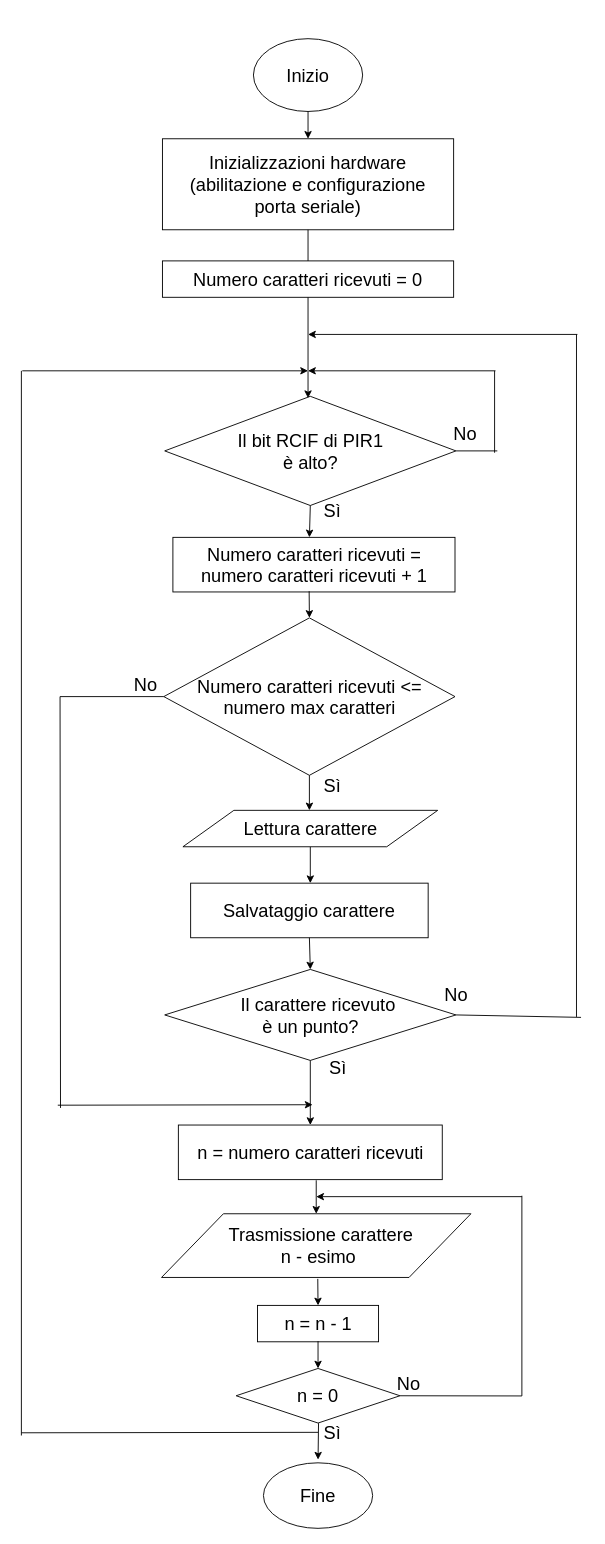
Above: Diagramma di flusso.drawio in MatteoOrlandini/Electronic-Systems-Exam (draw.io), before the change. Source tidied: cells renumbered, new cells numbered last; positions are measured from the earlier drawing's top-left corner, leaving out a move shared by most shapes. Both pictures are drawn from the tidied source at 91%, with x=0, y=0 at pixel (21, 38).
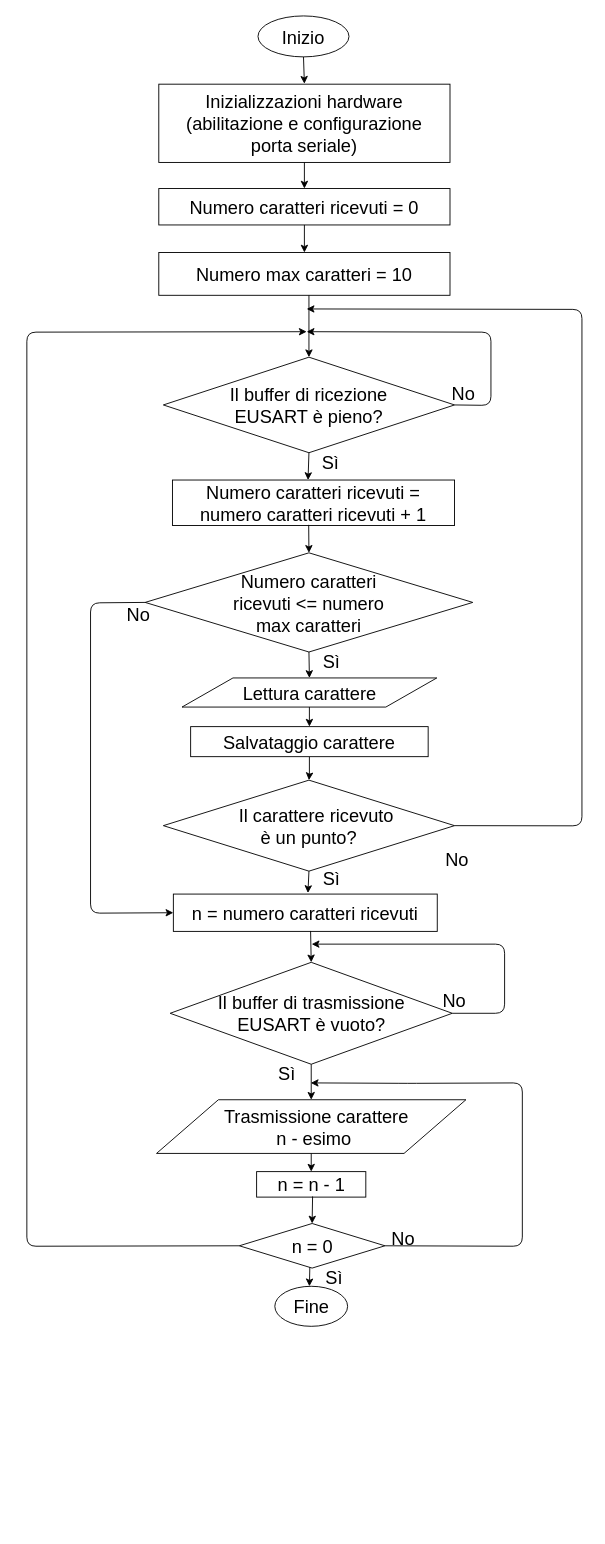
Above is the later version.

The edit, as a diff of the source:
```diff
@@
     <mxCell id="2" value="Inizio" style="ellipse;whiteSpace=wrap;html=1;fontSize=20;" parent="1" vertex="1">
-      <mxGeometry x="255" width="120" height="80" as="geometry" />
+      <mxGeometry x="260" y="-25" width="100" height="45" as="geometry" />
     </mxCell>
     <mxCell id="3" style="endArrow=classic;html=1;fontSize=20;exitX=0.5;exitY=1;exitDx=0;exitDy=0;" parent="1" edge="1" source="2">
       <mxGeometry relative="1" as="geometry">
-        <mxPoint x="315" y="110" as="targetPoint" />
+        <mxPoint x="311" y="49.5" as="targetPoint" />
       </mxGeometry>
     </mxCell>
     <mxCell id="4" value="&lt;div&gt;Inizializzazioni hardware (abilitazione e configurazione &lt;br&gt;&lt;/div&gt;&lt;div&gt;porta seriale)&lt;/div&gt;" style="rounded=0;whiteSpace=wrap;html=1;fontSize=20;" parent="1" vertex="1">
-      <mxGeometry x="155" y="110" width="320" height="100" as="geometry" />
+      <mxGeometry x="151" y="50" width="320" height="86" as="geometry" />
     </mxCell>
-    <mxCell id="5" value="&lt;div&gt;Il bit RCIF di PIR1 &lt;br&gt;&lt;/div&gt;&lt;div&gt;è alto?&lt;br&gt;&lt;/div&gt;" style="rhombus;whiteSpace=wrap;html=1;fontSize=20;" parent="1" vertex="1">
-      <mxGeometry x="157.5" y="393" width="320" height="120" as="geometry" />
+    <mxCell id="5" value="&lt;div&gt;Il buffer di ricezione&lt;/div&gt;&lt;div&gt;EUSART è pieno?&lt;br&gt;&lt;/div&gt;" style="rhombus;whiteSpace=wrap;html=1;fontSize=20;" parent="1" vertex="1">
+      <mxGeometry x="156" y="350" width="320" height="105" as="geometry" />
     </mxCell>
-    <mxCell id="6" style="endArrow=none;html=1;fontSize=20;exitX=1;exitY=0.5;exitDx=0;exitDy=0;" parent="1" edge="1" source="5">
-      <mxGeometry relative="1" as="geometry">
-        <mxPoint x="523" y="453" as="targetPoint" />
-      </mxGeometry>
-    </mxCell>
-    <mxCell id="7" style="endArrow=none;html=1;fontSize=20;" parent="1" edge="1">
-      <mxGeometry relative="1" as="geometry">
-        <mxPoint x="520" y="365" as="sourcePoint" />
-        <mxPoint x="520" y="455" as="targetPoint" />
-      </mxGeometry>
-    </mxCell>
-    <mxCell id="8" style="endArrow=classic;html=1;fontSize=20;" parent="1" edge="1">
+    <mxCell id="8" style="endArrow=classic;html=1;fontSize=20;exitX=1;exitY=0.5;exitDx=0;exitDy=0;" parent="1" edge="1" source="5">
       <mxGeometry relative="1" as="geometry">
-        <mxPoint x="521" y="365" as="sourcePoint" />
-        <mxPoint x="315" y="365" as="targetPoint" />
+        <mxPoint x="313.5" y="322" as="targetPoint" />
+        <Array as="points">
+          <mxPoint x="516" y="403" />
+          <mxPoint x="516" y="322.5" />
+        </Array>
       </mxGeometry>
     </mxCell>
     <mxCell id="9" value="No" style="text;html=1;strokeColor=none;fillColor=none;align=center;verticalAlign=middle;whiteSpace=wrap;rounded=0;fontSize=20;" parent="1" vertex="1">
-      <mxGeometry x="467.5" y="423" width="40" height="20" as="geometry" />
+      <mxGeometry x="466" y="380" width="40" height="20" as="geometry" />
     </mxCell>
-    <mxCell id="10" style="endArrow=classic;html=1;fontSize=20;exitX=0.5;exitY=1;exitDx=0;exitDy=0;" parent="1" edge="1" source="12">
-      <mxGeometry relative="1" as="geometry">
-        <mxPoint x="317.5" y="928" as="targetPoint" />
-      </mxGeometry>
+    <mxCell id="10" style="endArrow=classic;html=1;fontSize=20;exitX=0.5;exitY=1;exitDx=0;exitDy=0;entryX=0.5;entryY=0;entryDx=0;entryDy=0;" parent="1" edge="1" source="12" target="20">
+      <mxGeometry relative="1" as="geometry" />
     </mxCell>
     <mxCell id="11" value="Sì" style="text;html=1;strokeColor=none;fillColor=none;align=center;verticalAlign=middle;whiteSpace=wrap;rounded=0;fontSize=20;" parent="1" vertex="1">
-      <mxGeometry x="321.5" y="508" width="40" height="20" as="geometry" />
+      <mxGeometry x="320" y="455" width="40" height="20" as="geometry" />
     </mxCell>
     <mxCell id="12" value="&lt;font style=&quot;font-size: 20px&quot;&gt;Lettura carattere&lt;/font&gt;" style="shape=parallelogram;perimeter=parallelogramPerimeter;whiteSpace=wrap;html=1;" parent="1" vertex="1">
-      <mxGeometry x="177.5" y="848" width="280" height="40" as="geometry" />
+      <mxGeometry x="176.5" y="702.5" width="280" height="32" as="geometry" />
     </mxCell>
     <mxCell id="13" value="&lt;div&gt;&amp;nbsp;&amp;nbsp; Il carattere ricevuto &lt;br&gt;&lt;/div&gt;&lt;div&gt;è un punto?&lt;/div&gt;" style="rhombus;whiteSpace=wrap;html=1;fontSize=20;" parent="1" vertex="1">
-      <mxGeometry x="157.5" y="1022.8" width="320" height="100" as="geometry" />
+      <mxGeometry x="156" y="814.8" width="320" height="100" as="geometry" />
     </mxCell>
-    <mxCell id="14" style="endArrow=classic;html=1;exitX=0.5;exitY=1;exitDx=0;exitDy=0;entryX=0.5;entryY=0;entryDx=0;entryDy=0;" parent="1" edge="1" source="13" target="30">
+    <mxCell id="14" style="endArrow=classic;html=1;exitX=0.5;exitY=1;exitDx=0;exitDy=0;entryX=0.51;entryY=-0.029;entryDx=0;entryDy=0;entryPerimeter=0;" parent="1" edge="1" source="13" target="30">
       <mxGeometry relative="1" as="geometry" />
     </mxCell>
     <mxCell id="15" value="&lt;font style=&quot;font-size: 20px&quot;&gt;Sì&lt;/font&gt;" style="text;html=1;strokeColor=none;fillColor=none;align=center;verticalAlign=middle;whiteSpace=wrap;rounded=0;" parent="1" vertex="1">
-      <mxGeometry x="327.5" y="1120.3" width="40" height="20" as="geometry" />
+      <mxGeometry x="321" y="912.3" width="40" height="20" as="geometry" />
     </mxCell>
-    <mxCell id="16" style="endArrow=none;html=1;exitX=1;exitY=0.5;exitDx=0;exitDy=0;" parent="1" edge="1" source="13">
-      <mxGeometry relative="1" as="geometry">
-        <mxPoint x="615" y="1075.5" as="targetPoint" />
-      </mxGeometry>
-    </mxCell>
     <mxCell id="17" value="No" style="text;html=1;strokeColor=none;fillColor=none;align=center;verticalAlign=middle;whiteSpace=wrap;rounded=0;fontSize=20;" parent="1" vertex="1">
-      <mxGeometry x="457.5" y="1040.3" width="40" height="20" as="geometry" />
+      <mxGeometry x="458.5" y="892.3" width="40" height="20" as="geometry" />
     </mxCell>
     <mxCell id="18" value="&lt;div&gt;&amp;nbsp; Trasmissione carattere&lt;br&gt;&lt;/div&gt;&amp;nbsp;n - esimo" style="shape=parallelogram;perimeter=parallelogramPerimeter;whiteSpace=wrap;html=1;fontSize=20;size=0.2;" parent="1" vertex="1">
-      <mxGeometry x="154" y="1291.3" width="340" height="70" as="geometry" />
+      <mxGeometry x="148.5" y="1166" width="340" height="59" as="geometry" />
     </mxCell>
-    <mxCell id="19" style="endArrow=classic;html=1;fontSize=20;exitX=0.5;exitY=1;exitDx=0;exitDy=0;" parent="1" edge="1" source="4">
-      <mxGeometry relative="1" as="geometry">
-        <mxPoint x="315" y="395" as="targetPoint" />
-      </mxGeometry>
-    </mxCell>
+    <mxCell id="36" style="edgeStyle=orthogonalEdgeStyle;rounded=0;jettySize=auto;html=1;" parent="1" edge="1" source="20" target="13">
+      <mxGeometry relative="1" as="geometry" />
+    </mxCell>
     <mxCell id="20" value="Salvataggio carattere" style="rounded=0;whiteSpace=wrap;html=1;fontSize=20;" parent="1" vertex="1">
-      <mxGeometry x="186" y="928" width="261" height="60" as="geometry" />
+      <mxGeometry x="186" y="756" width="261" height="33" as="geometry" />
     </mxCell>
     <mxCell id="21" value="Fine" style="ellipse;whiteSpace=wrap;html=1;fontSize=20;" parent="1" vertex="1">
-      <mxGeometry x="266" y="1565" width="120" height="72" as="geometry" />
+      <mxGeometry x="278.5" y="1371" width="80" height="44" as="geometry" />
     </mxCell>
-    <mxCell id="22" style="endArrow=classic;html=1;exitX=0.503;exitY=1.002;exitDx=0;exitDy=0;exitPerimeter=0;entryX=0.5;entryY=0;entryDx=0;entryDy=0;" parent="1" edge="1" source="31">
+    <mxCell id="22" style="endArrow=classic;html=1;exitX=0.503;exitY=1.002;exitDx=0;exitDy=0;exitPerimeter=0;" parent="1" edge="1">
       <mxGeometry relative="1" as="geometry">
-        <mxPoint x="326" y="1561.5" as="targetPoint" />
+        <mxPoint x="317" y="1348.4" as="sourcePoint" />
+        <mxPoint x="316.5" y="1371" as="targetPoint" />
       </mxGeometry>
     </mxCell>
     <mxCell id="23" style="endArrow=classic;html=1;fontSize=20;exitX=0.5;exitY=1;exitDx=0;exitDy=0;" parent="1" edge="1" source="5">
       <mxGeometry relative="1" as="geometry">
-        <mxPoint x="316.5" y="548" as="targetPoint" />
+        <mxPoint x="315" y="485" as="targetPoint" />
       </mxGeometry>
     </mxCell>
     <mxCell id="24" value="Numero caratteri ricevuti = 0" style="rounded=0;whiteSpace=wrap;html=1;fontSize=20;" parent="1" vertex="1">
-      <mxGeometry x="155" y="244.2" width="320" height="40" as="geometry" />
+      <mxGeometry x="151" y="164.7" width="320" height="40" as="geometry" />
     </mxCell>
     <mxCell id="25" value="Numero caratteri ricevuti = numero caratteri ricevuti + 1" style="rounded=0;whiteSpace=wrap;html=1;fontSize=20;" parent="1" vertex="1">
-      <mxGeometry x="166.5" y="548" width="310" height="60" as="geometry" />
+      <mxGeometry x="166" y="485" width="310" height="50" as="geometry" />
     </mxCell>
-    <mxCell id="26" value="Numero caratteri ricevuti &amp;lt;= numero max caratteri" style="rhombus;whiteSpace=wrap;html=1;fontSize=20;" parent="1" vertex="1">
-      <mxGeometry x="156.5" y="636.5" width="320" height="173" as="geometry" />
+    <mxCell id="26" value="&lt;div&gt;Numero caratteri &lt;br&gt;&lt;/div&gt;&lt;div&gt;ricevuti &amp;lt;= numero &lt;br&gt;&lt;/div&gt;&lt;div&gt;max caratteri&lt;/div&gt;" style="rhombus;whiteSpace=wrap;html=1;fontSize=20;" parent="1" vertex="1">
+      <mxGeometry x="136" y="565" width="360" height="109" as="geometry" />
     </mxCell>
@@
-    <mxCell id="28" style="endArrow=classic;html=1;fontSize=20;exitX=0.5;exitY=1;exitDx=0;exitDy=0;" parent="1" edge="1" source="26">
-      <mxGeometry relative="1" as="geometry">
-        <mxPoint x="316.5" y="848" as="targetPoint" />
-      </mxGeometry>
-    </mxCell>
     <mxCell id="29" value="Sì" style="text;html=1;strokeColor=none;fillColor=none;align=center;verticalAlign=middle;whiteSpace=wrap;rounded=0;fontSize=20;" parent="1" vertex="1">
-      <mxGeometry x="321.5" y="809.5" width="40" height="20" as="geometry" />
+      <mxGeometry x="320.5" y="674" width="40" height="20" as="geometry" />
     </mxCell>
     <mxCell id="30" value="n = numero caratteri ricevuti" style="rounded=0;whiteSpace=wrap;html=1;fontSize=20;" parent="1" vertex="1">
-      <mxGeometry x="172.5" y="1193.8" width="290" height="60" as="geometry" />
+      <mxGeometry x="167" y="940" width="290" height="41" as="geometry" />
     </mxCell>
     <mxCell id="31" value="n = 0" style="rhombus;whiteSpace=wrap;html=1;fontSize=20;" parent="1" vertex="1">
-      <mxGeometry x="236" y="1461.3" width="180" height="60" as="geometry" />
+      <mxGeometry x="239.5" y="1302" width="160" height="49" as="geometry" />
     </mxCell>
     <mxCell id="32" value="n = n - 1" style="rounded=0;whiteSpace=wrap;html=1;fontSize=20;" parent="1" vertex="1">
-      <mxGeometry x="259.5" y="1392" width="133" height="40" as="geometry" />
+      <mxGeometry x="258.5" y="1245" width="120" height="28" as="geometry" />
     </mxCell>
     <mxCell id="33" value="Sì" style="text;html=1;strokeColor=none;fillColor=none;align=center;verticalAlign=middle;whiteSpace=wrap;rounded=0;fontSize=20;" parent="1" vertex="1">
-      <mxGeometry x="322.4" y="1521.3" width="40" height="20" as="geometry" />
+      <mxGeometry x="324.4" y="1350.8" width="40" height="20" as="geometry" />
     </mxCell>
     <mxCell id="34" value="No" style="text;html=1;align=left;verticalAlign=top;spacingTop=-4;fontSize=20;" parent="1" vertex="1">
-      <mxGeometry x="411" y="1463.3" width="40" height="30" as="geometry" />
+      <mxGeometry x="405" y="1304.3" width="40" height="30" as="geometry" />
     </mxCell>
-    <mxCell id="35" style="endArrow=classic;html=1;fontSize=20;entryX=0.5;entryY=0;entryDx=0;entryDy=0;" parent="1" edge="1" target="18">
-      <mxGeometry relative="1" as="geometry">
-        <mxPoint x="324" y="1254.5" as="sourcePoint" />
-      </mxGeometry>
-    </mxCell>
-    <mxCell id="36" style="endArrow=classic;html=1;fontSize=20;entryX=0.5;entryY=0;entryDx=0;entryDy=0;exitX=0.5;exitY=1;exitDx=0;exitDy=0;" parent="1" edge="1" source="20" target="13">
-      <mxGeometry relative="1" as="geometry" />
-    </mxCell>
     <mxCell id="37" style="endArrow=classic;html=1;fontSize=20;exitX=0.5;exitY=1;exitDx=0;exitDy=0;entryX=0.5;entryY=0;entryDx=0;entryDy=0;" parent="1" edge="1" target="31">
       <mxGeometry relative="1" as="geometry">
-        <mxPoint x="326" y="1431.3" as="sourcePoint" />
+        <mxPoint x="320" y="1272.3" as="sourcePoint" />
       </mxGeometry>
     </mxCell>
-    <mxCell id="38" style="endArrow=classic;html=1;fontSize=20;entryX=0.5;entryY=0;entryDx=0;entryDy=0;exitX=0.505;exitY=1.022;exitDx=0;exitDy=0;exitPerimeter=0;" parent="1" edge="1" source="18" target="32">
+    <mxCell id="38" style="endArrow=classic;html=1;fontSize=20;entryX=0.5;entryY=0;entryDx=0;entryDy=0;exitX=0.5;exitY=1;exitDx=0;exitDy=0;" parent="1" edge="1" source="18" target="32">
       <mxGeometry relative="1" as="geometry" />
     </mxCell>
-    <mxCell id="39" style="endArrow=classic;html=1;fontSize=20;" parent="1" edge="1">
+    <mxCell id="39" style="endArrow=classic;html=1;fontSize=20;exitX=1;exitY=0.5;exitDx=0;exitDy=0;" parent="1" edge="1" source="31">
       <mxGeometry relative="1" as="geometry">
-        <mxPoint x="550" y="1272.5" as="sourcePoint" />
-        <mxPoint x="324" y="1272.5" as="targetPoint" />
+        <mxPoint x="318" y="1147.5" as="targetPoint" />
+        <Array as="points">
+          <mxPoint x="550.5" y="1327" />
+          <mxPoint x="550.5" y="1147.5" />
+          <mxPoint x="424" y="1148" />
+        </Array>
       </mxGeometry>
     </mxCell>
-    <mxCell id="40" style="endArrow=none;html=1;fontSize=20;entryX=1;entryY=0.5;entryDx=0;entryDy=0;" parent="1" edge="1" target="31">
-      <mxGeometry relative="1" as="geometry">
-        <mxPoint x="550" y="1491.5" as="sourcePoint" />
-      </mxGeometry>
-    </mxCell>
-    <mxCell id="41" style="endArrow=none;html=1;fontSize=20;" parent="1" edge="1">
-      <mxGeometry relative="1" as="geometry">
-        <mxPoint x="550" y="1271.5" as="sourcePoint" />
-        <mxPoint x="550" y="1491.5" as="targetPoint" />
-      </mxGeometry>
-    </mxCell>
-    <mxCell id="42" style="endArrow=none;html=1;fontSize=20;entryX=0;entryY=0.5;entryDx=0;entryDy=0;" parent="1" edge="1" target="26">
-      <mxGeometry relative="1" as="geometry">
-        <mxPoint x="42.5" y="723" as="sourcePoint" />
-      </mxGeometry>
-    </mxCell>
-    <mxCell id="43" style="endArrow=none;html=1;fontSize=20;" parent="1" edge="1">
-      <mxGeometry relative="1" as="geometry">
-        <mxPoint x="43" y="1175" as="sourcePoint" />
-        <mxPoint x="42.5" y="723" as="targetPoint" />
-      </mxGeometry>
-    </mxCell>
-    <mxCell id="44" style="endArrow=classic;html=1;fontSize=20;" parent="1" edge="1">
-      <mxGeometry relative="1" as="geometry">
-        <mxPoint x="40" y="1172" as="sourcePoint" />
-        <mxPoint x="320" y="1171.5" as="targetPoint" />
-      </mxGeometry>
-    </mxCell>
     <mxCell id="45" value="No" style="text;html=1;align=left;verticalAlign=top;spacingTop=-4;fontSize=20;" parent="1" vertex="1">
-      <mxGeometry x="121.5" y="695" width="40" height="30" as="geometry" />
+      <mxGeometry x="113.5" y="618" width="40" height="30" as="geometry" />
     </mxCell>
-    <mxCell id="46" style="endArrow=none;html=1;fontSize=20;" parent="1" edge="1">
-      <mxGeometry relative="1" as="geometry">
-        <mxPoint x="610" y="325" as="sourcePoint" />
-        <mxPoint x="610" y="1075" as="targetPoint" />
-      </mxGeometry>
-    </mxCell>
-    <mxCell id="47" style="endArrow=none;html=1;fontSize=20;" parent="1" edge="1">
-      <mxGeometry relative="1" as="geometry">
-        <mxPoint y="1532" as="sourcePoint" />
-        <mxPoint x="326" y="1531.5" as="targetPoint" />
-      </mxGeometry>
-    </mxCell>
-    <mxCell id="48" style="endArrow=classic;html=1;fontSize=20;" parent="1" edge="1">
+    <mxCell id="48" style="endArrow=classic;html=1;fontSize=20;exitX=0;exitY=0.5;exitDx=0;exitDy=0;" parent="1" edge="1" source="31">
       <mxGeometry relative="1" as="geometry">
-        <mxPoint x="1" y="365" as="sourcePoint" />
-        <mxPoint x="315" y="365" as="targetPoint" />
+        <mxPoint x="313.5" y="322" as="targetPoint" />
+        <Array as="points">
+          <mxPoint x="6" y="1327" />
+          <mxPoint x="6" y="322.5" />
+        </Array>
       </mxGeometry>
     </mxCell>
-    <mxCell id="49" style="endArrow=none;html=1;fontSize=20;" parent="1" edge="1">
-      <mxGeometry relative="1" as="geometry">
-        <mxPoint y="1535" as="sourcePoint" />
-        <mxPoint y="365" as="targetPoint" />
-      </mxGeometry>
-    </mxCell>
-    <mxCell id="50" style="endArrow=classic;html=1;fontSize=20;" parent="1" edge="1">
+    <mxCell id="50" style="endArrow=classic;html=1;fontSize=20;exitX=1;exitY=0.5;exitDx=0;exitDy=0;" parent="1" edge="1" source="13">
       <mxGeometry relative="1" as="geometry">
-        <mxPoint x="611" y="325" as="sourcePoint" />
-        <mxPoint x="315" y="325" as="targetPoint" />
+        <mxPoint x="313.5" y="297" as="targetPoint" />
+        <Array as="points">
+          <mxPoint x="616" y="865" />
+          <mxPoint x="616" y="297.5" />
+        </Array>
       </mxGeometry>
     </mxCell>
+    <mxCell id="51" value="&lt;font style=&quot;font-size: 20px&quot;&gt;Numero max caratteri&lt;/font&gt;&lt;font style=&quot;font-size: 20px&quot;&gt; = 10&lt;br&gt;&lt;/font&gt;" style="rounded=0;whiteSpace=wrap;html=1;" parent="1" vertex="1">
+      <mxGeometry x="151" y="235" width="320" height="47" as="geometry" />
+    </mxCell>
+    <mxCell id="52" style="endArrow=classic;html=1;entryX=0.5;entryY=0;entryDx=0;entryDy=0;exitX=0.5;exitY=1;exitDx=0;exitDy=0;" parent="1" edge="1" source="4" target="24">
+      <mxGeometry relative="1" as="geometry" />
+    </mxCell>
+    <mxCell id="53" style="endArrow=classic;html=1;entryX=0.5;entryY=0;entryDx=0;entryDy=0;exitX=0.5;exitY=1;exitDx=0;exitDy=0;" parent="1" edge="1" source="24" target="51">
+      <mxGeometry relative="1" as="geometry" />
+    </mxCell>
+    <mxCell id="54" style="endArrow=classic;html=1;entryX=0.5;entryY=0;entryDx=0;entryDy=0;" parent="1" edge="1" target="5">
+      <mxGeometry relative="1" as="geometry">
+        <mxPoint x="316" y="282" as="sourcePoint" />
+      </mxGeometry>
+    </mxCell>
+    <mxCell id="55" value="&lt;div&gt;Il buffer di trasmissione&lt;/div&gt;&lt;div&gt;EUSART è vuoto?&lt;br&gt;&lt;/div&gt;" style="rhombus;whiteSpace=wrap;html=1;fontSize=20;" parent="1" vertex="1">
+      <mxGeometry x="163.5" y="1015" width="310" height="112" as="geometry" />
+    </mxCell>
+    <mxCell id="56" style="endArrow=classic;html=1;entryX=0.5;entryY=0;entryDx=0;entryDy=0;exitX=0.52;exitY=0.989;exitDx=0;exitDy=0;exitPerimeter=0;" parent="1" edge="1" source="30" target="55">
+      <mxGeometry relative="1" as="geometry" />
+    </mxCell>
+    <mxCell id="57" style="endArrow=classic;html=1;entryX=0.5;entryY=0;entryDx=0;entryDy=0;exitX=0.5;exitY=1;exitDx=0;exitDy=0;" parent="1" edge="1" source="55" target="18">
+      <mxGeometry relative="1" as="geometry" />
+    </mxCell>
+    <mxCell id="58" value="&lt;font style=&quot;font-size: 20px&quot;&gt;Sì&lt;/font&gt;" style="text;html=1;strokeColor=none;fillColor=none;align=center;verticalAlign=middle;whiteSpace=wrap;rounded=0;" parent="1" vertex="1">
+      <mxGeometry x="272" y="1127" width="40" height="20" as="geometry" />
+    </mxCell>
+    <mxCell id="59" style="endArrow=classic;html=1;exitX=1;exitY=0.5;exitDx=0;exitDy=0;" parent="1" edge="1" source="55">
+      <mxGeometry relative="1" as="geometry">
+        <mxPoint x="319" y="995" as="targetPoint" />
+        <Array as="points">
+          <mxPoint x="531" y="1071" />
+          <mxPoint x="531" y="995" />
+        </Array>
+      </mxGeometry>
+    </mxCell>
+    <mxCell id="60" value="&lt;font style=&quot;font-size: 20px&quot;&gt;No&lt;/font&gt;" style="text;html=1;strokeColor=none;fillColor=none;align=center;verticalAlign=middle;whiteSpace=wrap;rounded=0;" parent="1" vertex="1">
+      <mxGeometry x="456" y="1047" width="40" height="20" as="geometry" />
+    </mxCell>
+    <mxCell id="61" style="endArrow=classic;html=1;exitX=0;exitY=0.5;exitDx=0;exitDy=0;entryX=0;entryY=0.5;entryDx=0;entryDy=0;" parent="1" edge="1" source="26" target="30">
+      <mxGeometry relative="1" as="geometry">
+        <Array as="points">
+          <mxPoint x="76" y="620" />
+          <mxPoint x="76" y="961" />
+        </Array>
+      </mxGeometry>
+    </mxCell>
+    <mxCell id="62" style="endArrow=classic;html=1;entryX=0.5;entryY=0;entryDx=0;entryDy=0;exitX=0.5;exitY=1;exitDx=0;exitDy=0;" parent="1" edge="1" source="26" target="12">
+      <mxGeometry relative="1" as="geometry" />
+    </mxCell>
```
